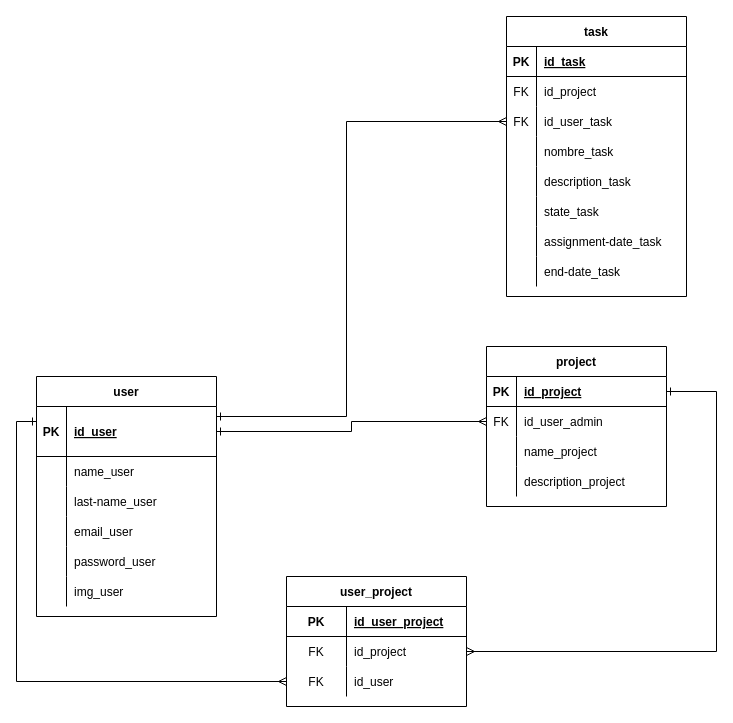
The draw.io diagram Diagrama entidad relacion.drawio in JohanViancha/GPAGIL-Backend, before the edit. Source tidied: cells renumbered, new cells numbered last; positions are measured from the earlier drawing's top-left corner, leaving out a move shared by most shapes. Both pictures are drawn from the tidied source at 100%, with x=0, y=0 at pixel (16, 16).
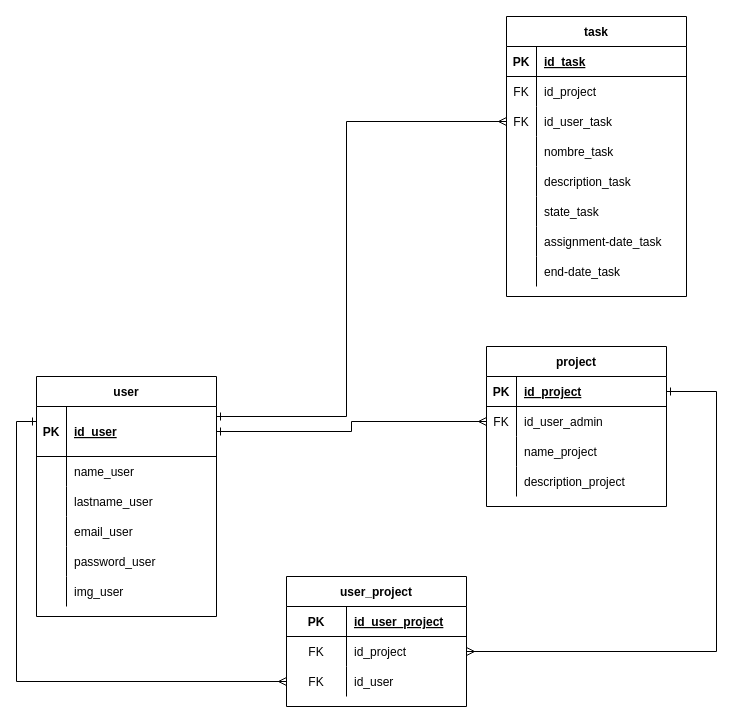
After the change.

The change refers to these unchanged cells:
```xml
<mxCell id="9" style="shape=tableRow;horizontal=0;startSize=0;swimlaneHead=0;swimlaneBody=0;fillColor=none;top=0;left=0;right=0;bottom=0;" parent="2" vertex="1">
  <mxGeometry y="110" width="180" height="30" as="geometry" />
</mxCell>
```

Change to the diagram source:
```diff
@@
-    <mxCell id="11" value="last-name_user" style="shape=partialRectangle;fillColor=none;top=0;left=0;bottom=0;right=0;align=left;spacingLeft=6;overflow=hidden;" parent="9" vertex="1">
+    <mxCell id="11" value="lastname_user" style="shape=partialRectangle;fillColor=none;top=0;left=0;bottom=0;right=0;align=left;spacingLeft=6;overflow=hidden;" parent="9" vertex="1">
       <mxGeometry x="30" width="150" height="30" as="geometry" />
     </mxCell>
```
